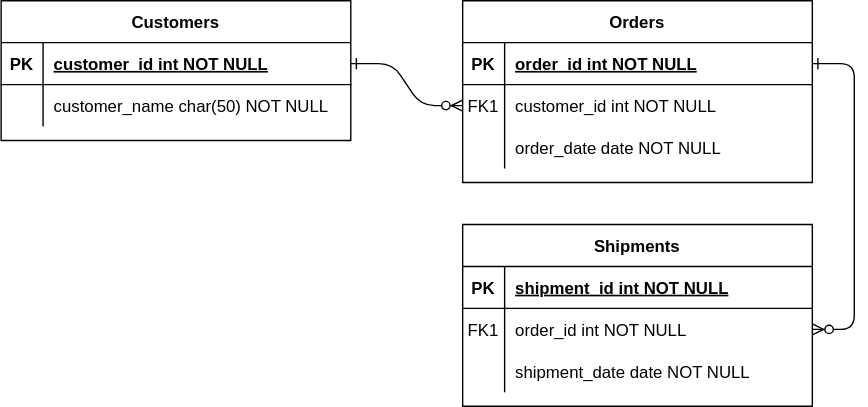
Before: DER/Qhelp-DER.drawio.svg, a diagram exported from draw.io (luan-ferreir4/Qhelp-DER). Source tidied: cells renumbered, new cells last; positions are measured from the earlier drawing's top-left corner, leaving out a move shared by most shapes. Its diagram source:
```xml
<mxGraphModel>
  <root>
    <mxCell id="0" />
    <mxCell id="1" parent="0" />
    <mxCell id="2" style="edgeStyle=entityRelationEdgeStyle;endArrow=ERzeroToMany;startArrow=ERone;endFill=1;startFill=0;" parent="1" edge="1" source="25" target="8">
      <mxGeometry relative="1" as="geometry" />
    </mxCell>
    <mxCell id="3" style="edgeStyle=entityRelationEdgeStyle;endArrow=ERzeroToMany;startArrow=ERone;endFill=1;startFill=0;" parent="1" edge="1" source="5" target="18">
      <mxGeometry relative="1" as="geometry" />
    </mxCell>
    <mxCell id="4" value="Orders" style="shape=table;startSize=30;rowLines=0;fontStyle=1;align=center;" parent="1" vertex="1">
      <mxGeometry x="330" width="250" height="130" as="geometry" />
    </mxCell>
    <mxCell id="5" style="shape=partialRectangle;fillColor=none;points=[[0,0.5],[1,0.5]];portConstraint=eastwest;top=0;left=0;right=0;bottom=1;" parent="4" vertex="1">
      <mxGeometry y="30" width="250" height="30" as="geometry" />
    </mxCell>
    <mxCell id="6" value="PK" style="shape=partialRectangle;overflow=hidden;fillColor=none;top=0;left=0;bottom=0;right=0;fontStyle=1;" parent="5" vertex="1">
      <mxGeometry width="30" height="30" as="geometry" />
    </mxCell>
    <mxCell id="7" value="order_id int NOT NULL " style="shape=partialRectangle;overflow=hidden;fillColor=none;top=0;left=0;bottom=0;right=0;align=left;spacingLeft=6;fontStyle=5;" parent="5" vertex="1">
      <mxGeometry x="30" width="220" height="30" as="geometry" />
    </mxCell>
    <mxCell id="8" style="shape=partialRectangle;fillColor=none;points=[[0,0.5],[1,0.5]];portConstraint=eastwest;top=0;left=0;right=0;bottom=0;" parent="4" vertex="1">
      <mxGeometry y="60" width="250" height="30" as="geometry" />
    </mxCell>
    <mxCell id="9" value="FK1" style="shape=partialRectangle;overflow=hidden;fillColor=none;top=0;left=0;bottom=0;right=0;" parent="8" vertex="1">
      <mxGeometry width="30" height="30" as="geometry" />
    </mxCell>
    <mxCell id="10" value="customer_id int NOT NULL" style="shape=partialRectangle;overflow=hidden;fillColor=none;top=0;left=0;bottom=0;right=0;align=left;spacingLeft=6;" parent="8" vertex="1">
      <mxGeometry x="30" width="220" height="30" as="geometry" />
    </mxCell>
    <mxCell id="11" style="shape=partialRectangle;fillColor=none;top=0;left=0;right=0;bottom=0;" parent="4" vertex="1">
      <mxGeometry y="90" width="250" height="30" as="geometry" />
    </mxCell>
    <mxCell id="12" style="shape=partialRectangle;overflow=hidden;fillColor=none;top=0;left=0;bottom=0;right=0;" parent="11" vertex="1">
      <mxGeometry width="30" height="30" as="geometry" />
    </mxCell>
    <mxCell id="13" value="order_date date NOT NULL" style="shape=partialRectangle;overflow=hidden;fillColor=none;top=0;left=0;bottom=0;right=0;align=left;spacingLeft=6;" parent="11" vertex="1">
      <mxGeometry x="30" width="220" height="30" as="geometry" />
    </mxCell>
    <mxCell id="14" value="Shipments" style="shape=table;startSize=30;rowLines=0;fontStyle=1;align=center;" parent="1" vertex="1">
      <mxGeometry x="330" y="160" width="250" height="130" as="geometry" />
    </mxCell>
    <mxCell id="15" style="shape=partialRectangle;fillColor=none;top=0;left=0;right=0;bottom=1;" parent="14" vertex="1">
      <mxGeometry y="30" width="250" height="30" as="geometry" />
    </mxCell>
    <mxCell id="16" value="PK" style="shape=partialRectangle;overflow=hidden;fillColor=none;top=0;left=0;bottom=0;right=0;fontStyle=1;" parent="15" vertex="1">
      <mxGeometry width="30" height="30" as="geometry" />
    </mxCell>
    <mxCell id="17" value="shipment_id int NOT NULL " style="shape=partialRectangle;overflow=hidden;fillColor=none;top=0;left=0;bottom=0;right=0;align=left;spacingLeft=6;fontStyle=5;" parent="15" vertex="1">
      <mxGeometry x="30" width="220" height="30" as="geometry" />
    </mxCell>
    <mxCell id="18" style="shape=partialRectangle;fillColor=none;points=[[0,0.5],[1,0.5]];portConstraint=eastwest;top=0;left=0;right=0;bottom=0;" parent="14" vertex="1">
      <mxGeometry y="60" width="250" height="30" as="geometry" />
    </mxCell>
    <mxCell id="19" value="FK1" style="shape=partialRectangle;overflow=hidden;fillColor=none;top=0;left=0;bottom=0;right=0;" parent="18" vertex="1">
      <mxGeometry width="30" height="30" as="geometry" />
    </mxCell>
    <mxCell id="20" value="order_id int NOT NULL" style="shape=partialRectangle;overflow=hidden;fillColor=none;top=0;left=0;bottom=0;right=0;align=left;spacingLeft=6;" parent="18" vertex="1">
      <mxGeometry x="30" width="220" height="30" as="geometry" />
    </mxCell>
    <mxCell id="21" style="shape=partialRectangle;fillColor=none;top=0;left=0;right=0;bottom=0;" parent="14" vertex="1">
      <mxGeometry y="90" width="250" height="30" as="geometry" />
    </mxCell>
    <mxCell id="22" style="shape=partialRectangle;overflow=hidden;fillColor=none;top=0;left=0;bottom=0;right=0;" parent="21" vertex="1">
      <mxGeometry width="30" height="30" as="geometry" />
    </mxCell>
    <mxCell id="23" value="shipment_date date NOT NULL" style="shape=partialRectangle;overflow=hidden;fillColor=none;top=0;left=0;bottom=0;right=0;align=left;spacingLeft=6;" parent="21" vertex="1">
      <mxGeometry x="30" width="220" height="30" as="geometry" />
    </mxCell>
    <mxCell id="24" value="Customers" style="shape=table;startSize=30;rowLines=0;fontStyle=1;align=center;" parent="1" vertex="1">
      <mxGeometry width="250" height="100" as="geometry" />
    </mxCell>
    <mxCell id="25" style="shape=partialRectangle;fillColor=none;points=[[0,0.5],[1,0.5]];portConstraint=eastwest;top=0;left=0;right=0;bottom=1;" parent="24" vertex="1">
      <mxGeometry y="30" width="250" height="30" as="geometry" />
    </mxCell>
    <mxCell id="26" value="PK" style="shape=partialRectangle;overflow=hidden;fillColor=none;top=0;left=0;bottom=0;right=0;fontStyle=1;" parent="25" vertex="1">
      <mxGeometry width="30" height="30" as="geometry" />
    </mxCell>
    <mxCell id="27" value="customer_id int NOT NULL " style="shape=partialRectangle;overflow=hidden;fillColor=none;top=0;left=0;bottom=0;right=0;align=left;spacingLeft=6;fontStyle=5;" parent="25" vertex="1">
      <mxGeometry x="30" width="220" height="30" as="geometry" />
    </mxCell>
    <mxCell id="28" style="shape=partialRectangle;fillColor=none;top=0;left=0;right=0;bottom=0;" parent="24" vertex="1">
      <mxGeometry y="60" width="250" height="30" as="geometry" />
    </mxCell>
    <mxCell id="29" style="shape=partialRectangle;overflow=hidden;fillColor=none;top=0;left=0;bottom=0;right=0;" parent="28" vertex="1">
      <mxGeometry width="30" height="30" as="geometry" />
    </mxCell>
    <mxCell id="30" value="customer_name char(50) NOT NULL" style="shape=partialRectangle;overflow=hidden;fillColor=none;top=0;left=0;bottom=0;right=0;align=left;spacingLeft=6;" parent="28" vertex="1">
      <mxGeometry x="30" width="220" height="30" as="geometry" />
    </mxCell>
  </root>
</mxGraphModel>
```
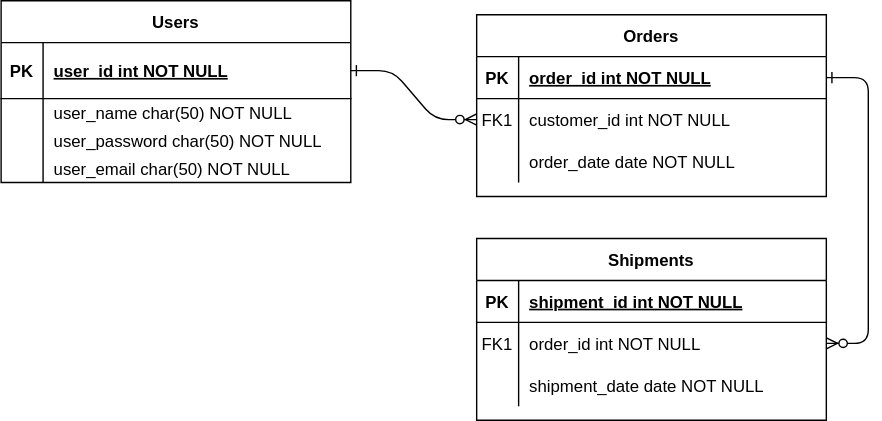
After the change.

What changed in the source:
```diff
@@ -2,7 +2,7 @@
   <root>
     <mxCell id="0" />
     <mxCell id="1" parent="0" />
-    <mxCell id="2" style="edgeStyle=entityRelationEdgeStyle;endArrow=ERzeroToMany;startArrow=ERone;endFill=1;startFill=0;" parent="1" edge="1" source="25" target="8">
+    <mxCell id="2" style="edgeStyle=entityRelationEdgeStyle;endArrow=ERzeroToMany;startArrow=ERone;endFill=1;startFill=0;exitX=1;exitY=0.5;exitDx=0;exitDy=0;" parent="1" edge="1" source="32" target="8">
       <mxGeometry relative="1" as="geometry" />
     </mxCell>
     <mxCell id="3" style="edgeStyle=entityRelationEdgeStyle;endArrow=ERzeroToMany;startArrow=ERone;endFill=1;startFill=0;" parent="1" edge="1" source="5" target="18">
@@ -68,26 +68,44 @@
     <mxCell id="23" value="shipment_date date NOT NULL" style="shape=partialRectangle;overflow=hidden;fillColor=none;top=0;left=0;bottom=0;right=0;align=left;spacingLeft=6;" parent="21" vertex="1">
       <mxGeometry x="30" width="220" height="30" as="geometry" />
     </mxCell>
-    <mxCell id="24" value="Customers" style="shape=table;startSize=30;rowLines=0;fontStyle=1;align=center;" parent="1" vertex="1">
-      <mxGeometry width="250" height="100" as="geometry" />
-    </mxCell>
-    <mxCell id="25" style="shape=partialRectangle;fillColor=none;points=[[0,0.5],[1,0.5]];portConstraint=eastwest;top=0;left=0;right=0;bottom=1;" parent="24" vertex="1">
-      <mxGeometry y="30" width="250" height="30" as="geometry" />
-    </mxCell>
+    <mxCell id="31" value="Users" style="shape=table;startSize=30;rowLines=0;fontStyle=1;align=center;" parent="1" vertex="1">
+      <mxGeometry x="-10" y="-10" width="250" height="130" as="geometry" />
+    </mxCell>
+    <mxCell id="32" style="shape=partialRectangle;fillColor=none;points=[[0,0.5],[1,0.5]];portConstraint=eastwest;top=0;left=0;right=0;bottom=1;" parent="31" vertex="1">
+      <mxGeometry y="30" width="250" height="40" as="geometry" />
+    </mxCell>
-    <mxCell id="26" value="PK" style="shape=partialRectangle;overflow=hidden;fillColor=none;top=0;left=0;bottom=0;right=0;fontStyle=1;" parent="25" vertex="1">
-      <mxGeometry width="30" height="30" as="geometry" />
+    <mxCell id="26" value="PK" style="shape=partialRectangle;overflow=hidden;fillColor=none;top=0;left=0;bottom=0;right=0;fontStyle=1;" parent="32" vertex="1">
+      <mxGeometry width="30" height="40" as="geometry" />
     </mxCell>
-    <mxCell id="27" value="customer_id int NOT NULL " style="shape=partialRectangle;overflow=hidden;fillColor=none;top=0;left=0;bottom=0;right=0;align=left;spacingLeft=6;fontStyle=5;" parent="25" vertex="1">
-      <mxGeometry x="30" width="220" height="30" as="geometry" />
-    </mxCell>
-    <mxCell id="28" style="shape=partialRectangle;fillColor=none;top=0;left=0;right=0;bottom=0;" parent="24" vertex="1">
-      <mxGeometry y="60" width="250" height="30" as="geometry" />
-    </mxCell>
-    <mxCell id="29" style="shape=partialRectangle;overflow=hidden;fillColor=none;top=0;left=0;bottom=0;right=0;" parent="28" vertex="1">
-      <mxGeometry width="30" height="30" as="geometry" />
-    </mxCell>
-    <mxCell id="30" value="customer_name char(50) NOT NULL" style="shape=partialRectangle;overflow=hidden;fillColor=none;top=0;left=0;bottom=0;right=0;align=left;spacingLeft=6;" parent="28" vertex="1">
-      <mxGeometry x="30" width="220" height="30" as="geometry" />
-    </mxCell>
+    <mxCell id="33" value="user_id int NOT NULL " style="shape=partialRectangle;overflow=hidden;fillColor=none;top=0;left=0;bottom=0;right=0;align=left;spacingLeft=6;fontStyle=5;" parent="32" vertex="1">
+      <mxGeometry x="30" width="220" height="40" as="geometry" />
+    </mxCell>
+    <mxCell id="34" style="shape=partialRectangle;fillColor=none;top=0;left=0;right=0;bottom=0;" parent="31" vertex="1">
+      <mxGeometry y="70" width="250" height="20" as="geometry" />
+    </mxCell>
+    <mxCell id="35" style="shape=partialRectangle;overflow=hidden;fillColor=none;top=0;left=0;bottom=0;right=0;" parent="34" vertex="1">
+      <mxGeometry width="30" height="20" as="geometry" />
+    </mxCell>
+    <mxCell id="36" value="user_name char(50) NOT NULL" style="shape=partialRectangle;overflow=hidden;fillColor=none;top=0;left=0;bottom=0;right=0;align=left;spacingLeft=6;" parent="34" vertex="1">
+      <mxGeometry x="30" width="220" height="20" as="geometry" />
+    </mxCell>
+    <mxCell id="37" style="shape=partialRectangle;fillColor=none;top=0;left=0;right=0;bottom=0;" parent="31" vertex="1">
+      <mxGeometry y="90" width="250" height="20" as="geometry" />
+    </mxCell>
+    <mxCell id="38" style="shape=partialRectangle;overflow=hidden;fillColor=none;top=0;left=0;bottom=0;right=0;" parent="37" vertex="1">
+      <mxGeometry width="30" height="20" as="geometry" />
+    </mxCell>
+    <mxCell id="39" value="user_password char(50) NOT NULL" style="shape=partialRectangle;overflow=hidden;fillColor=none;top=0;left=0;bottom=0;right=0;align=left;spacingLeft=6;" parent="37" vertex="1">
+      <mxGeometry x="30" width="220" height="20" as="geometry" />
+    </mxCell>
+    <mxCell id="40" style="shape=partialRectangle;fillColor=none;top=0;left=0;right=0;bottom=0;" parent="31" vertex="1">
+      <mxGeometry y="110" width="250" height="20" as="geometry" />
+    </mxCell>
+    <mxCell id="41" style="shape=partialRectangle;overflow=hidden;fillColor=none;top=0;left=0;bottom=0;right=0;" parent="40" vertex="1">
+      <mxGeometry width="30" height="20" as="geometry" />
+    </mxCell>
+    <mxCell id="42" value="user_email char(50) NOT NULL" style="shape=partialRectangle;overflow=hidden;fillColor=none;top=0;left=0;bottom=0;right=0;align=left;spacingLeft=6;" parent="40" vertex="1">
+      <mxGeometry x="30" width="220" height="20" as="geometry" />
+    </mxCell>
   </root>
 </mxGraphModel>
```
